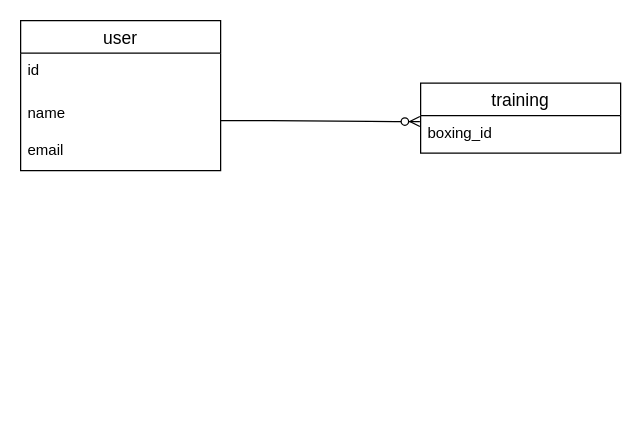
Before: er.dio in aaaaasaaaaatech/training_management, a draw.io diagram. Source tidied: cells renumbered, new cells numbered last; positions are measured from the earlier drawing's top-left corner, leaving out a move shared by most shapes. Both pictures are drawn from the tidied source at 125%, with x=0, y=0 at pixel (20, 20).
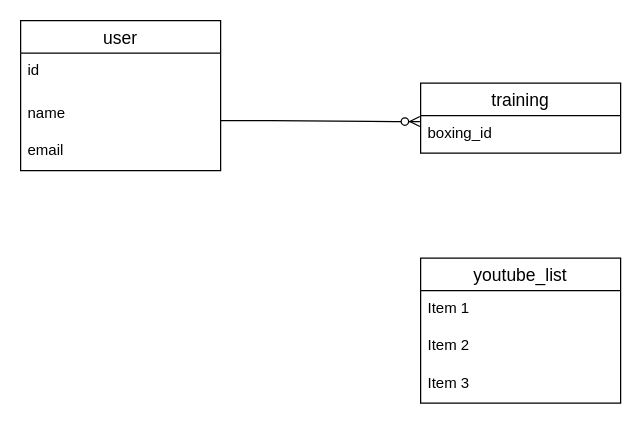
The same page after the edit.

The edit, as a diff of the source:
```diff
@@
 <mxGraphModel>
   <root>
     <mxCell id="0" />
     <mxCell id="1" parent="0" />
     <mxCell id="2" value="user" style="swimlane;fontStyle=0;horizontal=1;startSize=26;align=center;fontSize=14;" parent="1" vertex="1">
       <mxGeometry width="160" height="120" as="geometry" />
     </mxCell>
     <mxCell id="3" value="id" style="text;strokeColor=none;fillColor=none;spacingLeft=4;spacingRight=4;overflow=hidden;fontSize=12;" parent="2" vertex="1">
       <mxGeometry y="26" width="160" height="34" as="geometry" />
     </mxCell>
     <mxCell id="4" value="name" style="text;strokeColor=none;fillColor=none;spacingLeft=4;spacingRight=4;overflow=hidden;fontSize=12;" parent="2" vertex="1">
       <mxGeometry y="60" width="160" height="30" as="geometry" />
     </mxCell>
     <mxCell id="5" value="email" style="text;strokeColor=none;fillColor=none;spacingLeft=4;spacingRight=4;overflow=hidden;fontSize=12;" parent="2" vertex="1">
       <mxGeometry y="90" width="160" height="30" as="geometry" />
     </mxCell>
     <mxCell id="6" value="training" style="swimlane;fontStyle=0;horizontal=1;startSize=26;align=center;fontSize=14;" parent="1" vertex="1">
       <mxGeometry x="320" y="50" width="160" height="56" as="geometry" />
     </mxCell>
     <mxCell id="7" value="boxing_id" style="text;strokeColor=none;fillColor=none;spacingLeft=4;spacingRight=4;overflow=hidden;fontSize=12;" parent="6" vertex="1">
       <mxGeometry y="26" width="160" height="30" as="geometry" />
     </mxCell>
     <mxCell id="8" style="edgeStyle=entityRelationEdgeStyle;fontSize=12;html=1;endArrow=ERzeroToMany;endFill=1;entryX=-0.004;entryY=0.822;entryDx=0;entryDy=0;entryPerimeter=0;" parent="1" edge="1">
       <mxGeometry relative="1" as="geometry">
         <mxPoint x="160" y="80" as="sourcePoint" />
         <mxPoint x="319.4" y="80.7" as="targetPoint" />
       </mxGeometry>
     </mxCell>
+    <mxCell id="9" value="youtube_list" style="swimlane;fontStyle=0;horizontal=1;startSize=26;align=center;fontSize=14;" parent="1" vertex="1">
+      <mxGeometry x="320" y="190" width="160" height="116" as="geometry" />
+    </mxCell>
+    <mxCell id="10" value="Item 1" style="text;strokeColor=none;fillColor=none;spacingLeft=4;spacingRight=4;overflow=hidden;fontSize=12;" parent="9" vertex="1">
+      <mxGeometry y="26" width="160" height="30" as="geometry" />
+    </mxCell>
+    <mxCell id="11" value="Item 2" style="text;strokeColor=none;fillColor=none;spacingLeft=4;spacingRight=4;overflow=hidden;fontSize=12;" parent="9" vertex="1">
+      <mxGeometry y="56" width="160" height="30" as="geometry" />
+    </mxCell>
+    <mxCell id="12" value="Item 3" style="text;strokeColor=none;fillColor=none;spacingLeft=4;spacingRight=4;overflow=hidden;fontSize=12;" parent="9" vertex="1">
+      <mxGeometry y="86" width="160" height="30" as="geometry" />
+    </mxCell>
   </root>
 </mxGraphModel>
```
